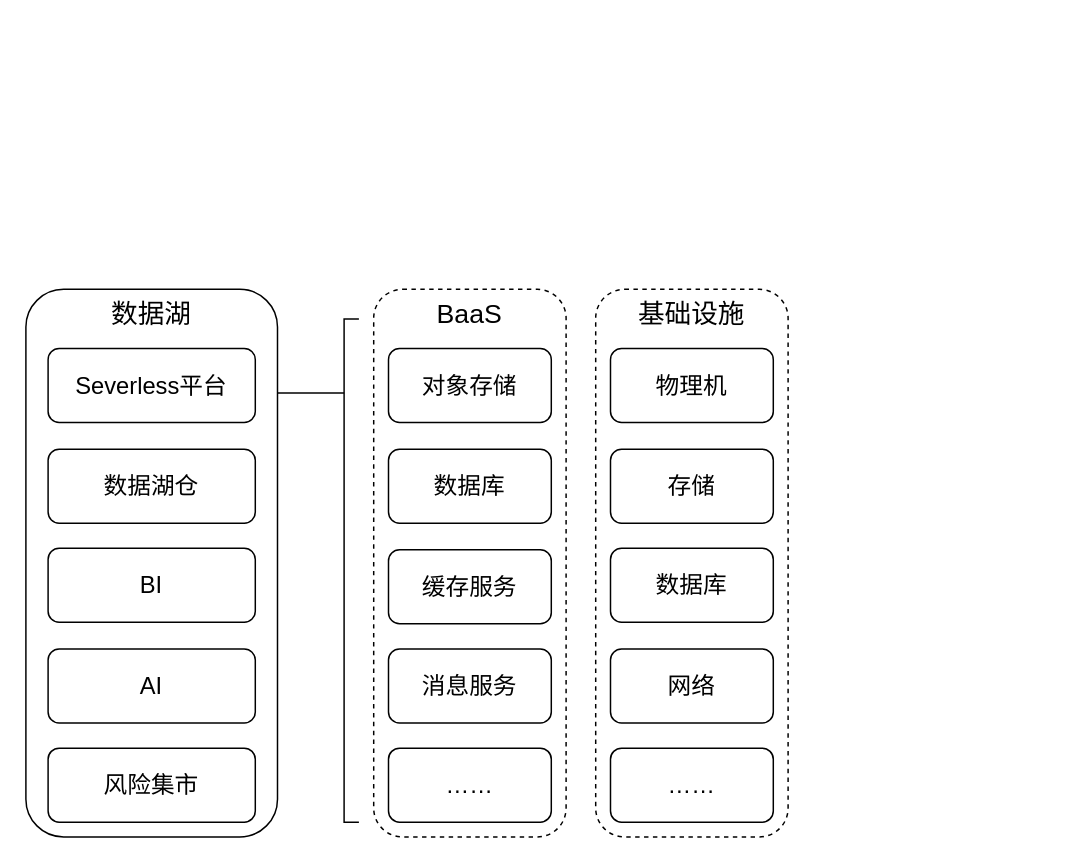
punnpkin/new keeps this draw.io diagram as 函数计算数据湖1.drawio. Above is the earlier version. Source tidied: cells renumbered, new cells numbered last; positions are measured from the earlier drawing's top-left corner, leaving out a move shared by most shapes. Both pictures are drawn from the tidied source at 148%, with x=0, y=0 at pixel (25, 289).
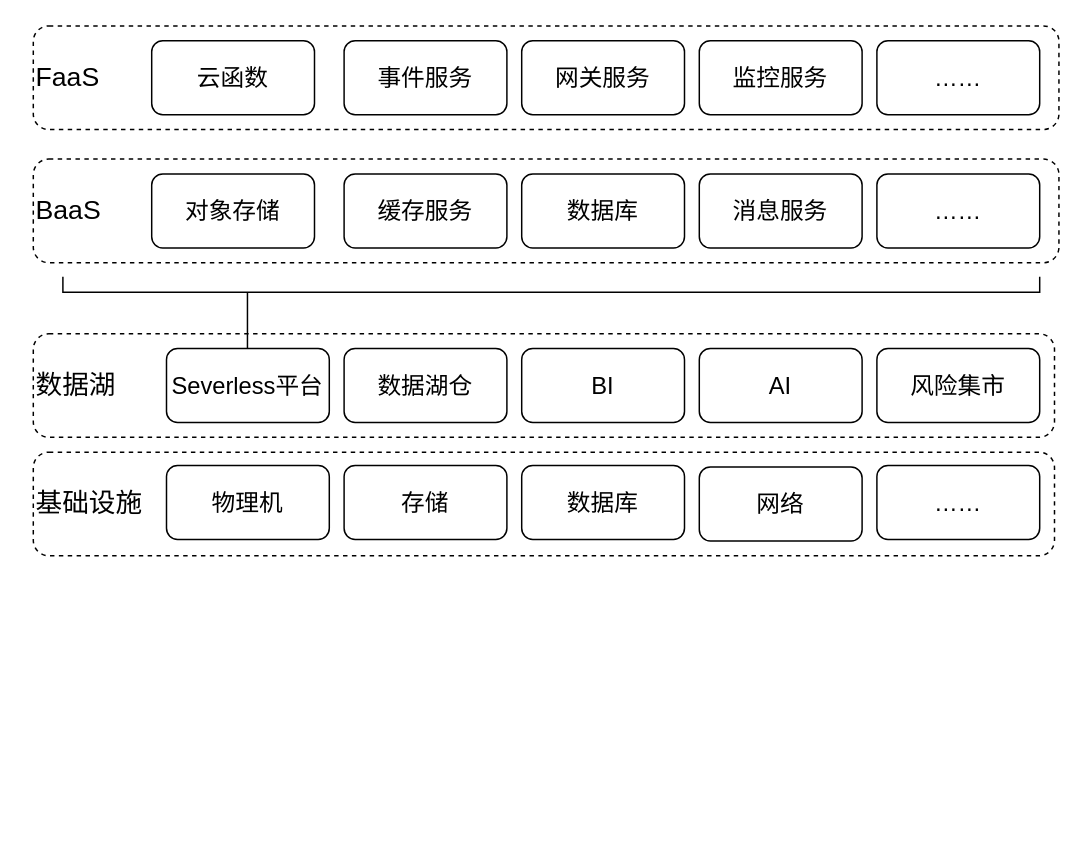
The same page after the edit.

Commit message:
更新函数计算数据湖1.drawio

Change to the diagram source:
```diff
@@
+    <mxCell id="3" value="BaaS" style="rounded=1;whiteSpace=wrap;html=1;fontSize=18;verticalAlign=middle;dashed=1;align=left;" parent="1" vertex="1">
+      <mxGeometry x="5" y="-88" width="693" height="70" as="geometry" />
+    </mxCell>
-    <mxCell id="2" value="基础设施" style="rounded=1;whiteSpace=wrap;html=1;strokeColor=default;strokeWidth=1;fontSize=18;dashed=1;verticalAlign=top;" parent="1" vertex="1">
-      <mxGeometry x="385" width="130" height="370" as="geometry" />
+    <mxCell id="2" value="基础设施" style="rounded=1;whiteSpace=wrap;html=1;strokeColor=default;strokeWidth=1;fontSize=18;dashed=1;verticalAlign=middle;align=left;" parent="1" vertex="1">
+      <mxGeometry x="5" y="110" width="690" height="70" as="geometry" />
     </mxCell>
-    <mxCell id="3" value="BaaS" style="rounded=1;whiteSpace=wrap;html=1;strokeColor=default;strokeWidth=1;fontSize=18;dashed=1;verticalAlign=top;" parent="1" vertex="1">
-      <mxGeometry x="235" width="130" height="370" as="geometry" />
-    </mxCell>
-    <mxCell id="4" style="strokeWidth=1;html=1;shape=mxgraph.flowchart.annotation_1;align=left;fontSize=16;strokeColor=default;" parent="1" vertex="1">
-      <mxGeometry x="215" y="20" width="10" height="340" as="geometry" />
-    </mxCell>
-    <mxCell id="5" style="endArrow=none;html=1;rounded=0;fontSize=16;" parent="1" edge="1">
-      <mxGeometry relative="1" as="geometry">
-        <mxPoint x="155" y="70" as="sourcePoint" />
-        <mxPoint x="215" y="70" as="targetPoint" />
-      </mxGeometry>
-    </mxCell>
+    <mxCell id="16" value="数据湖" style="rounded=1;whiteSpace=wrap;html=1;strokeColor=default;strokeWidth=1;fontSize=18;dashed=1;verticalAlign=middle;align=left;" parent="1" vertex="1">
+      <mxGeometry x="5" y="30" width="690" height="70" as="geometry" />
+    </mxCell>
     <mxCell id="6" value="对象存储" style="rounded=1;whiteSpace=wrap;html=1;strokeColor=default;strokeWidth=1;fontSize=16;" parent="1" vertex="1">
-      <mxGeometry x="245" y="40" width="110" height="50" as="geometry" />
+      <mxGeometry x="85" y="-78" width="110" height="50" as="geometry" />
     </mxCell>
     <mxCell id="7" value="消息服务" style="rounded=1;whiteSpace=wrap;html=1;strokeColor=default;strokeWidth=1;fontSize=16;" parent="1" vertex="1">
-      <mxGeometry x="245" y="243" width="110" height="50" as="geometry" />
+      <mxGeometry x="455" y="-78" width="110" height="50" as="geometry" />
     </mxCell>
     <mxCell id="8" value="缓存服务" style="rounded=1;whiteSpace=wrap;html=1;strokeColor=default;strokeWidth=1;fontSize=16;" parent="1" vertex="1">
-      <mxGeometry x="245" y="176" width="110" height="50" as="geometry" />
+      <mxGeometry x="215" y="-78" width="110" height="50" as="geometry" />
     </mxCell>
-    <mxCell id="9" value="数据库" style="rounded=1;whiteSpace=wrap;html=1;strokeColor=default;strokeWidth=1;fontSize=16;" parent="1" vertex="1">
-      <mxGeometry x="245" y="108" width="110" height="50" as="geometry" />
-    </mxCell>
+    <mxCell id="22" value="数据库" style="rounded=1;whiteSpace=wrap;html=1;strokeColor=default;strokeWidth=1;fontSize=16;" parent="1" vertex="1">
+      <mxGeometry x="335" y="-78" width="110" height="50" as="geometry" />
+    </mxCell>
     <mxCell id="10" value="物理机" style="rounded=1;whiteSpace=wrap;html=1;strokeColor=default;strokeWidth=1;fontSize=16;" parent="1" vertex="1">
-      <mxGeometry x="395" y="40" width="110" height="50" as="geometry" />
+      <mxGeometry x="95" y="119" width="110" height="50" as="geometry" />
     </mxCell>
-    <mxCell id="11" value="……" style="rounded=1;whiteSpace=wrap;html=1;strokeColor=default;strokeWidth=1;fontSize=16;" parent="1" vertex="1">
-      <mxGeometry x="395" y="310" width="110" height="50" as="geometry" />
-    </mxCell>
+    <mxCell id="23" value="……" style="rounded=1;whiteSpace=wrap;html=1;strokeColor=default;strokeWidth=1;fontSize=16;" parent="1" vertex="1">
+      <mxGeometry x="575" y="119" width="110" height="50" as="geometry" />
+    </mxCell>
     <mxCell id="12" value="网络" style="rounded=1;whiteSpace=wrap;html=1;strokeColor=default;strokeWidth=1;fontSize=16;" parent="1" vertex="1">
-      <mxGeometry x="395" y="243" width="110" height="50" as="geometry" />
+      <mxGeometry x="455" y="120" width="110" height="50" as="geometry" />
     </mxCell>
     <mxCell id="13" value="存储" style="rounded=1;whiteSpace=wrap;html=1;strokeColor=default;strokeWidth=1;fontSize=16;" parent="1" vertex="1">
-      <mxGeometry x="395" y="108" width="110" height="50" as="geometry" />
+      <mxGeometry x="215" y="119" width="110" height="50" as="geometry" />
     </mxCell>
-    <mxCell id="14" value="数据库" style="rounded=1;whiteSpace=wrap;html=1;strokeColor=default;strokeWidth=1;fontSize=16;" parent="1" vertex="1">
-      <mxGeometry x="395" y="175" width="110" height="50" as="geometry" />
-    </mxCell>
-    <mxCell id="15" value="……" style="rounded=1;whiteSpace=wrap;html=1;strokeColor=default;strokeWidth=1;fontSize=16;" parent="1" vertex="1">
-      <mxGeometry x="245" y="310" width="110" height="50" as="geometry" />
-    </mxCell>
-    <mxCell id="16" value="数据湖" style="rounded=1;whiteSpace=wrap;html=1;fontSize=18;verticalAlign=top;" parent="1" vertex="1">
-      <mxGeometry width="170" height="370" as="geometry" />
-    </mxCell>
-    <mxCell id="17" value="Severless平台" style="rounded=1;whiteSpace=wrap;html=1;fontSize=16;" parent="1" vertex="1">
-      <mxGeometry x="15" y="40" width="140" height="50" as="geometry" />
-    </mxCell>
+    <mxCell id="24" value="数据库" style="rounded=1;whiteSpace=wrap;html=1;strokeColor=default;strokeWidth=1;fontSize=16;" parent="1" vertex="1">
+      <mxGeometry x="335" y="119" width="110" height="50" as="geometry" />
+    </mxCell>
+    <mxCell id="25" value="……" style="rounded=1;whiteSpace=wrap;html=1;strokeColor=default;strokeWidth=1;fontSize=16;" parent="1" vertex="1">
+      <mxGeometry x="575" y="-78" width="110" height="50" as="geometry" />
+    </mxCell>
     <mxCell id="18" value="数据湖仓" style="rounded=1;whiteSpace=wrap;html=1;fontSize=16;" parent="1" vertex="1">
-      <mxGeometry x="15" y="108" width="140" height="50" as="geometry" />
+      <mxGeometry x="215" y="40" width="110" height="50" as="geometry" />
     </mxCell>
     <mxCell id="19" value="AI" style="rounded=1;whiteSpace=wrap;html=1;fontSize=16;" parent="1" vertex="1">
-      <mxGeometry x="15" y="243" width="140" height="50" as="geometry" />
+      <mxGeometry x="455" y="40" width="110" height="50" as="geometry" />
     </mxCell>
     <mxCell id="20" value="BI" style="rounded=1;whiteSpace=wrap;html=1;fontSize=16;" parent="1" vertex="1">
-      <mxGeometry x="15" y="175" width="140" height="50" as="geometry" />
+      <mxGeometry x="335" y="40" width="110" height="50" as="geometry" />
     </mxCell>
     <mxCell id="21" value="风险集市" style="rounded=1;whiteSpace=wrap;html=1;fontSize=16;" parent="1" vertex="1">
-      <mxGeometry x="15" y="310" width="140" height="50" as="geometry" />
+      <mxGeometry x="575" y="40" width="110" height="50" as="geometry" />
     </mxCell>
+    <mxCell id="26" value="FaaS" style="rounded=1;whiteSpace=wrap;html=1;fontSize=18;verticalAlign=middle;dashed=1;align=left;" parent="1" vertex="1">
+      <mxGeometry x="5" y="-178" width="693" height="70" as="geometry" />
+    </mxCell>
+    <mxCell id="27" value="云函数" style="rounded=1;whiteSpace=wrap;html=1;strokeColor=default;strokeWidth=1;fontSize=16;" parent="1" vertex="1">
+      <mxGeometry x="85" y="-168" width="110" height="50" as="geometry" />
+    </mxCell>
+    <mxCell id="28" value="监控服务" style="rounded=1;whiteSpace=wrap;html=1;strokeColor=default;strokeWidth=1;fontSize=16;" parent="1" vertex="1">
+      <mxGeometry x="455" y="-168" width="110" height="50" as="geometry" />
+    </mxCell>
+    <mxCell id="29" value="事件服务" style="rounded=1;whiteSpace=wrap;html=1;strokeColor=default;strokeWidth=1;fontSize=16;" parent="1" vertex="1">
+      <mxGeometry x="215" y="-168" width="110" height="50" as="geometry" />
+    </mxCell>
+    <mxCell id="30" value="网关服务" style="rounded=1;whiteSpace=wrap;html=1;strokeColor=default;strokeWidth=1;fontSize=16;" parent="1" vertex="1">
+      <mxGeometry x="335" y="-168" width="110" height="50" as="geometry" />
+    </mxCell>
+    <mxCell id="31" value="……" style="rounded=1;whiteSpace=wrap;html=1;strokeColor=default;strokeWidth=1;fontSize=16;" parent="1" vertex="1">
+      <mxGeometry x="575" y="-168" width="110" height="50" as="geometry" />
+    </mxCell>
+    <mxCell id="32" style="shape=partialRectangle;whiteSpace=wrap;html=1;bottom=1;right=1;left=1;top=0;fillColor=none;routingCenterX=-0.5;" parent="1" vertex="1">
+      <mxGeometry x="25" y="-8" width="660" height="10" as="geometry" />
+    </mxCell>
+    <mxCell id="33" style="endArrow=none;html=1;rounded=0;" parent="1" edge="1">
+      <mxGeometry relative="1" as="geometry">
+        <mxPoint x="149.7" y="42" as="sourcePoint" />
+        <mxPoint x="149.7" y="2" as="targetPoint" />
+      </mxGeometry>
+    </mxCell>
+    <mxCell id="17" value="Severless平台" style="rounded=1;whiteSpace=wrap;html=1;fontSize=16;" parent="1" vertex="1">
+      <mxGeometry x="95" y="40" width="110" height="50" as="geometry" />
+    </mxCell>
```
